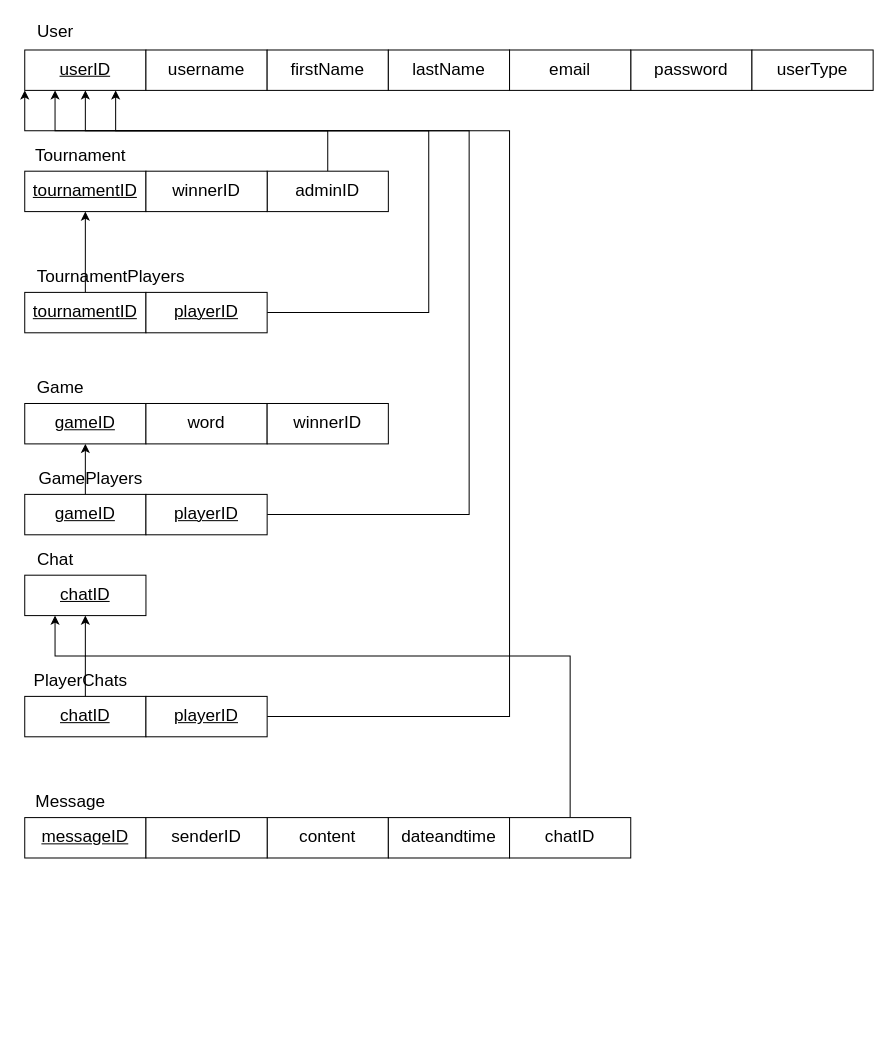
mazenhesham17/wordle-friends keeps this draw.io diagram as Design/Relational Model.drawio. Above is the earlier version. Source tidied: cells renumbered, new cells numbered last; positions are measured from the earlier drawing's top-left corner, leaving out a move shared by most shapes. Both pictures are drawn from the tidied source at 101%, with x=0, y=0 at pixel (24, 17).
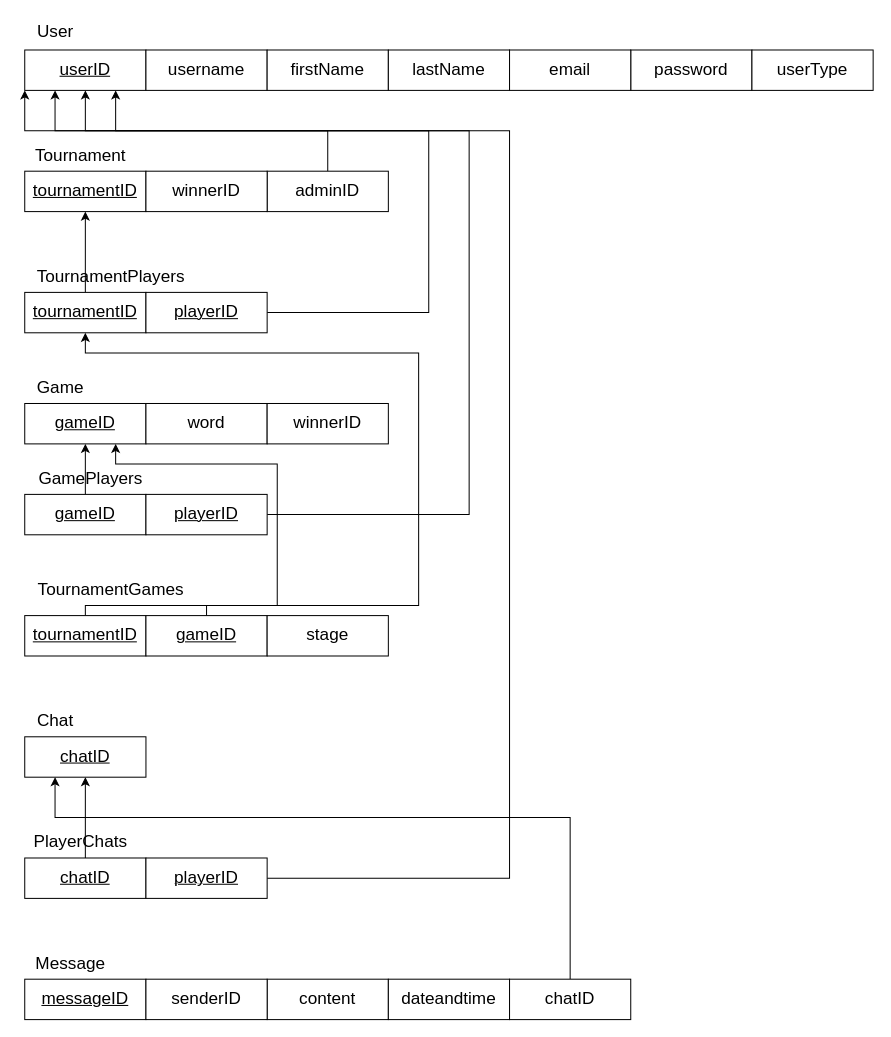
The same page after the edit.

Unchanged cells that the change refers to:
```xml
<mxCell id="2" value="&lt;font size=&quot;1&quot;&gt;&lt;u&gt;&lt;font style=&quot;font-size: 17px;&quot;&gt;userID&lt;/font&gt;&lt;/u&gt;&lt;/font&gt;" style="rounded=0;whiteSpace=wrap;html=1;" parent="1" vertex="1">
  <mxGeometry y="32" width="120" height="40" as="geometry" />
</mxCell>
<mxCell id="19" value="&lt;font size=&quot;1&quot;&gt;&lt;u style=&quot;font-size: 17px;&quot;&gt;gameID&lt;/u&gt;&lt;/font&gt;" style="rounded=0;whiteSpace=wrap;html=1;" parent="1" vertex="1">
  <mxGeometry y="382" width="120" height="40" as="geometry" />
</mxCell>
<mxCell id="29" value="&lt;font size=&quot;1&quot;&gt;&lt;u style=&quot;font-size: 17px;&quot;&gt;tournamentID&lt;/u&gt;&lt;/font&gt;" style="rounded=0;whiteSpace=wrap;html=1;" parent="1" vertex="1">
  <mxGeometry y="272" width="120" height="40" as="geometry" />
</mxCell>
```

The edit, as a diff of the source:
```diff
@@
     <mxCell id="10" value="&lt;font size=&quot;1&quot;&gt;&lt;u style=&quot;font-size: 17px;&quot;&gt;messageID&lt;/u&gt;&lt;/font&gt;" style="rounded=0;whiteSpace=wrap;html=1;" parent="1" vertex="1">
-      <mxGeometry y="792" width="120" height="40" as="geometry" />
+      <mxGeometry y="952" width="120" height="40" as="geometry" />
     </mxCell>
     <mxCell id="11" value="&lt;font style=&quot;font-size: 17px;&quot;&gt;content&lt;/font&gt;" style="rounded=0;whiteSpace=wrap;html=1;" parent="1" vertex="1">
-      <mxGeometry x="240" y="792" width="120" height="40" as="geometry" />
+      <mxGeometry x="240" y="952" width="120" height="40" as="geometry" />
     </mxCell>
     <mxCell id="12" value="&lt;font style=&quot;font-size: 17px;&quot;&gt;dateandtime&lt;/font&gt;" style="rounded=0;whiteSpace=wrap;html=1;" parent="1" vertex="1">
-      <mxGeometry x="360" y="792" width="120" height="40" as="geometry" />
+      <mxGeometry x="360" y="952" width="120" height="40" as="geometry" />
     </mxCell>
     <mxCell id="13" style="edgeStyle=orthogonalEdgeStyle;rounded=0;jettySize=auto;html=1;" parent="1" edge="1" source="14" target="17">
       <mxGeometry relative="1" as="geometry">
         <Array as="points">
-          <mxPoint x="540" y="632" />
-          <mxPoint x="60" y="632" />
+          <mxPoint x="540" y="792" />
+          <mxPoint x="60" y="792" />
         </Array>
       </mxGeometry>
     </mxCell>
     <mxCell id="14" value="&lt;font style=&quot;font-size: 17px;&quot;&gt;chatID&lt;/font&gt;" style="rounded=0;whiteSpace=wrap;html=1;" parent="1" vertex="1">
-      <mxGeometry x="480" y="792" width="120" height="40" as="geometry" />
+      <mxGeometry x="480" y="952" width="120" height="40" as="geometry" />
     </mxCell>
     <mxCell id="15" value="&lt;font style=&quot;font-size: 17px;&quot;&gt;senderID&lt;/font&gt;" style="rounded=0;whiteSpace=wrap;html=1;" parent="1" vertex="1">
-      <mxGeometry x="120" y="792" width="120" height="40" as="geometry" />
+      <mxGeometry x="120" y="952" width="120" height="40" as="geometry" />
     </mxCell>
     <mxCell id="16" value="&lt;font style=&quot;font-size: 17px;&quot;&gt;Message&lt;/font&gt;" style="text;html=1;align=center;verticalAlign=middle;strokeColor=none;fillColor=none;" parent="1" vertex="1">
-      <mxGeometry y="762" width="90" height="30" as="geometry" />
+      <mxGeometry y="922" width="90" height="30" as="geometry" />
     </mxCell>
     <mxCell id="17" value="&lt;font size=&quot;1&quot;&gt;&lt;u style=&quot;font-size: 17px;&quot;&gt;chatID&lt;/u&gt;&lt;/font&gt;" style="rounded=0;whiteSpace=wrap;html=1;" parent="1" vertex="1">
-      <mxGeometry y="552" width="120" height="40" as="geometry" />
+      <mxGeometry y="712" width="120" height="40" as="geometry" />
     </mxCell>
     <mxCell id="18" value="&lt;font style=&quot;font-size: 17px;&quot;&gt;Chat&lt;/font&gt;" style="text;html=1;align=center;verticalAlign=middle;strokeColor=none;fillColor=none;" parent="1" vertex="1">
-      <mxGeometry y="522" width="60" height="30" as="geometry" />
+      <mxGeometry y="682" width="60" height="30" as="geometry" />
     </mxCell>
@@
     <mxCell id="39" value="&lt;font size=&quot;1&quot;&gt;&lt;u style=&quot;font-size: 17px;&quot;&gt;chatID&lt;/u&gt;&lt;/font&gt;" style="rounded=0;whiteSpace=wrap;html=1;" parent="1" vertex="1">
-      <mxGeometry y="672" width="120" height="40" as="geometry" />
+      <mxGeometry y="832" width="120" height="40" as="geometry" />
     </mxCell>
     <mxCell id="40" value="&lt;font style=&quot;font-size: 17px;&quot;&gt;PlayerChats&lt;/font&gt;" style="text;html=1;align=center;verticalAlign=middle;strokeColor=none;fillColor=none;" parent="1" vertex="1">
-      <mxGeometry y="642" width="110" height="30" as="geometry" />
+      <mxGeometry y="802" width="110" height="30" as="geometry" />
     </mxCell>
     <mxCell id="41" style="rounded=0;jettySize=auto;html=1;exitX=1;exitY=0.5;exitDx=0;exitDy=0;entryX=0.75;entryY=1;entryDx=0;entryDy=0;edgeStyle=orthogonalEdgeStyle;" parent="1" edge="1" source="42" target="2">
       <mxGeometry relative="1" as="geometry">
         <Array as="points">
-          <mxPoint x="480" y="692" />
+          <mxPoint x="480" y="852" />
           <mxPoint x="480" y="112" />
           <mxPoint x="90" y="112" />
         </Array>
       </mxGeometry>
     </mxCell>
     <mxCell id="42" value="&lt;font size=&quot;1&quot;&gt;&lt;u style=&quot;font-size: 17px;&quot;&gt;playerID&lt;/u&gt;&lt;/font&gt;" style="rounded=0;whiteSpace=wrap;html=1;" parent="1" vertex="1">
-      <mxGeometry x="120" y="672" width="120" height="40" as="geometry" />
+      <mxGeometry x="120" y="832" width="120" height="40" as="geometry" />
     </mxCell>
+    <mxCell id="43" style="edgeStyle=orthogonalEdgeStyle;rounded=0;jettySize=auto;html=1;exitX=0.5;exitY=0;exitDx=0;exitDy=0;entryX=0.5;entryY=1;entryDx=0;entryDy=0;" parent="1" edge="1" source="44" target="29">
+      <mxGeometry relative="1" as="geometry">
+        <Array as="points">
+          <mxPoint x="60" y="582" />
+          <mxPoint x="390" y="582" />
+          <mxPoint x="390" y="332" />
+          <mxPoint x="60" y="332" />
+        </Array>
+      </mxGeometry>
+    </mxCell>
+    <mxCell id="44" value="&lt;font size=&quot;1&quot;&gt;&lt;u style=&quot;font-size: 17px;&quot;&gt;tournamentID&lt;/u&gt;&lt;/font&gt;" style="rounded=0;whiteSpace=wrap;html=1;" parent="1" vertex="1">
+      <mxGeometry y="592" width="120" height="40" as="geometry" />
+    </mxCell>
+    <mxCell id="45" value="&lt;u&gt;&lt;font style=&quot;font-size: 17px;&quot;&gt;gameID&lt;/font&gt;&lt;/u&gt;" style="rounded=0;whiteSpace=wrap;html=1;" parent="1" vertex="1">
+      <mxGeometry x="120" y="592" width="120" height="40" as="geometry" />
+    </mxCell>
+    <mxCell id="46" value="&lt;font style=&quot;font-size: 17px;&quot;&gt;TournamentGames&lt;/font&gt;" style="text;html=1;align=center;verticalAlign=middle;strokeColor=none;fillColor=none;" parent="1" vertex="1">
+      <mxGeometry y="552" width="170" height="30" as="geometry" />
+    </mxCell>
+    <mxCell id="47" value="&lt;font style=&quot;font-size: 17px;&quot;&gt;stage&lt;/font&gt;" style="rounded=0;whiteSpace=wrap;html=1;" parent="1" vertex="1">
+      <mxGeometry x="240" y="592" width="120" height="40" as="geometry" />
+    </mxCell>
+    <mxCell id="48" style="rounded=0;jettySize=auto;html=1;exitX=0.5;exitY=0;exitDx=0;exitDy=0;entryX=0.75;entryY=1;entryDx=0;entryDy=0;edgeStyle=orthogonalEdgeStyle;" parent="1" edge="1" source="45" target="19">
+      <mxGeometry relative="1" as="geometry">
+        <Array as="points">
+          <mxPoint x="180" y="582" />
+          <mxPoint x="250" y="582" />
+          <mxPoint x="250" y="442" />
+          <mxPoint x="90" y="442" />
+        </Array>
+      </mxGeometry>
+    </mxCell>
```
